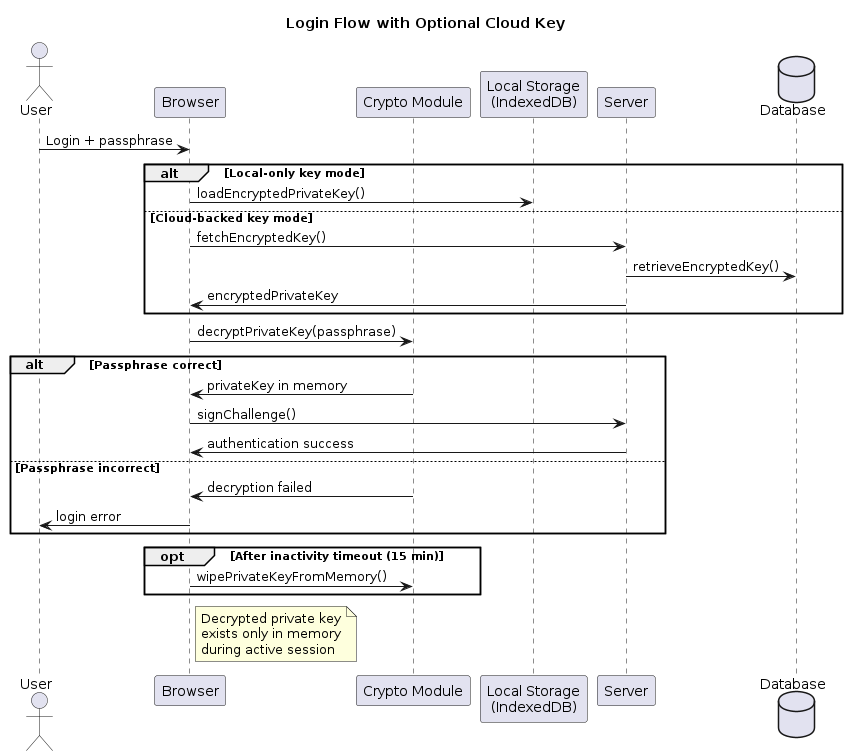
Before: diagram/sequence_diagram_login_auth.png, a diagram exported from PlantUML (Radhouen911/VoidLink).
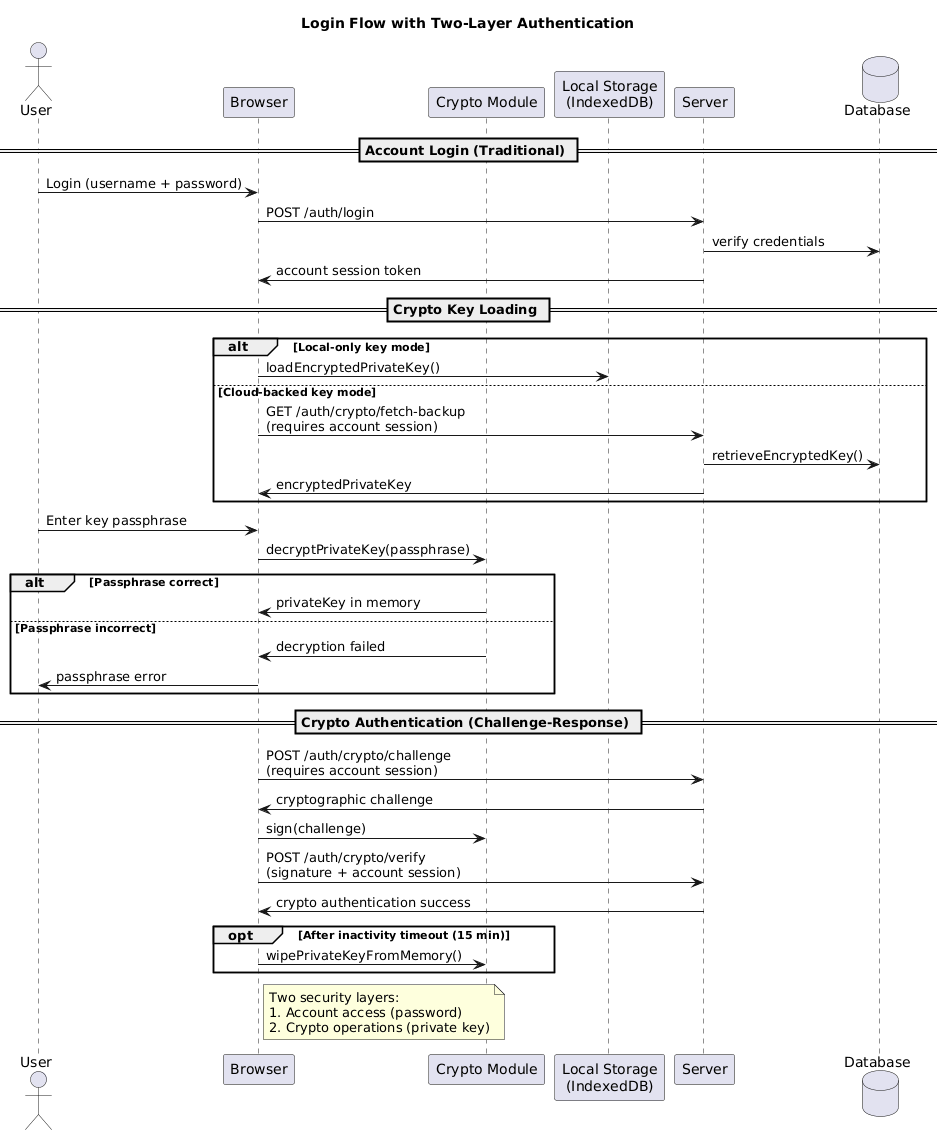
Later version of the same file.

What changed in the source:
```diff
@@ -1,5 +1,5 @@
 @startuml
-title Login Flow with Optional Cloud Key
+title Login Flow with Two-Layer Authentication
 
 actor User
 participant Browser
@@ -8,34 +8,45 @@
 participant Server
 database Database
 
-User -> Browser: Login + passphrase
+== Account Login (Traditional) ==
+User -> Browser: Login (username + password)
+Browser -> Server: POST /auth/login
+Server -> Database: verify credentials
+Server -> Browser: account session token
 
+== Crypto Key Loading ==
 alt Local-only key mode
   Browser -> LS: loadEncryptedPrivateKey()
 else Cloud-backed key mode
-  Browser -> Server: fetchEncryptedKey()
+  Browser -> Server: GET /auth/crypto/fetch-backup\n(requires account session)
   Server -> Database: retrieveEncryptedKey()
   Server -> Browser: encryptedPrivateKey
 end
 
+User -> Browser: Enter key passphrase
 Browser -> Crypto: decryptPrivateKey(passphrase)
 
 alt Passphrase correct
   Crypto -> Browser: privateKey in memory
-  Browser -> Server: signChallenge()
-  Server -> Browser: authentication success
 else Passphrase incorrect
   Crypto -> Browser: decryption failed
-  Browser -> User: login error
+  Browser -> User: passphrase error
 end
+
+== Crypto Authentication (Challenge-Response) ==
+Browser -> Server: POST /auth/crypto/challenge\n(requires account session)
+Server -> Browser: cryptographic challenge
+Browser -> Crypto: sign(challenge)
+Browser -> Server: POST /auth/crypto/verify\n(signature + account session)
+Server -> Browser: crypto authentication success
 
 opt After inactivity timeout (15 min)
   Browser -> Crypto: wipePrivateKeyFromMemory()
 end
 
 note right of Browser
-Decrypted private key
-exists only in memory
-during active session
+Two security layers:
+1. Account access (password)
+2. Crypto operations (private key)
 end note
 @enduml
```
